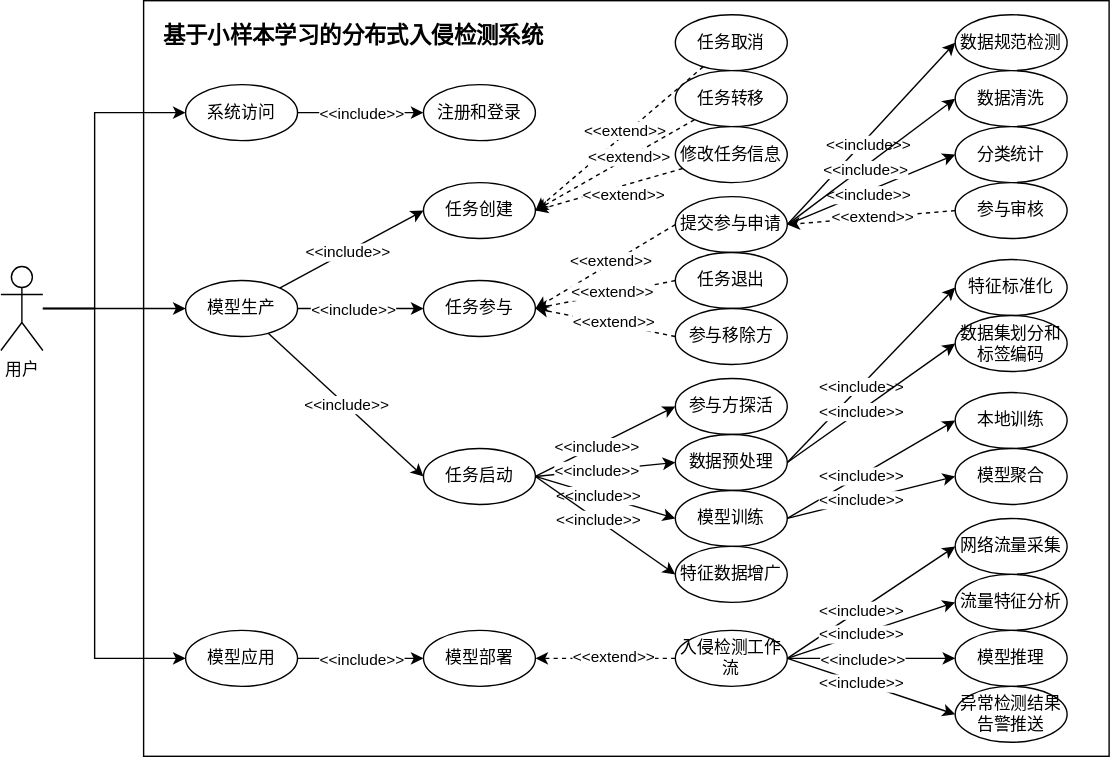
Before: 需求用例图.svg, a diagram exported from draw.io (hiro942/drawio). Source tidied: cells renumbered, new cells last; positions are measured from the earlier drawing's top-left corner, leaving out a move shared by most shapes.
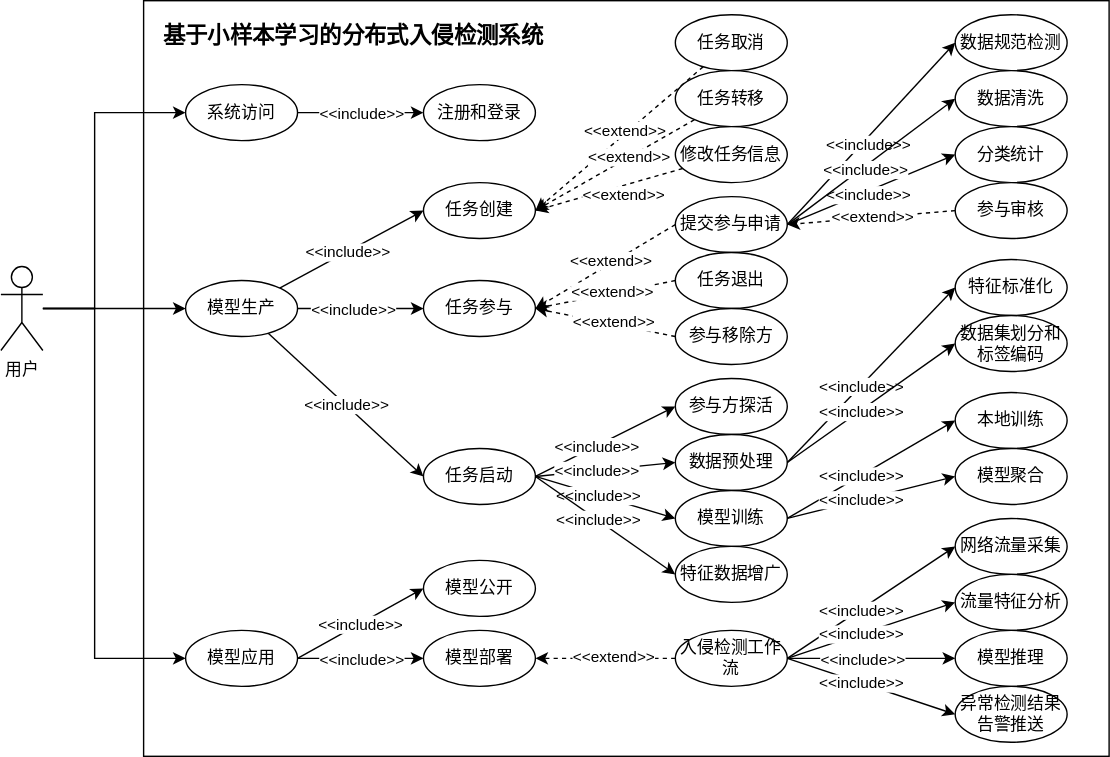
Later version of the same file.

Commit message:
更新需求用例图.svg

Change to the diagram source:
```diff
@@ -302,5 +302,14 @@
     <mxCell id="95" value="&amp;lt;&amp;lt;include&amp;gt;&amp;gt;" style="edgeLabel;html=1;align=center;verticalAlign=middle;" parent="94" vertex="1">
       <mxGeometry x="-0.01" relative="1" as="geometry" />
     </mxCell>
+    <mxCell id="96" value="模型公开" style="ellipse;whiteSpace=wrap;html=1;" parent="1" vertex="1">
+      <mxGeometry x="302" y="400" width="80" height="40" as="geometry" />
+    </mxCell>
+    <mxCell id="97" style="rounded=0;jettySize=auto;html=1;exitX=1;exitY=0.5;exitDx=0;exitDy=0;entryX=0;entryY=0.5;entryDx=0;entryDy=0;" parent="1" edge="1" source="17" target="96">
+      <mxGeometry relative="1" as="geometry" />
+    </mxCell>
+    <mxCell id="98" value="&amp;lt;&amp;lt;include&amp;gt;&amp;gt;" style="edgeLabel;html=1;align=center;verticalAlign=middle;" parent="97" vertex="1">
+      <mxGeometry x="-0.01" relative="1" as="geometry" />
+    </mxCell>
   </root>
 </mxGraphModel>
```
